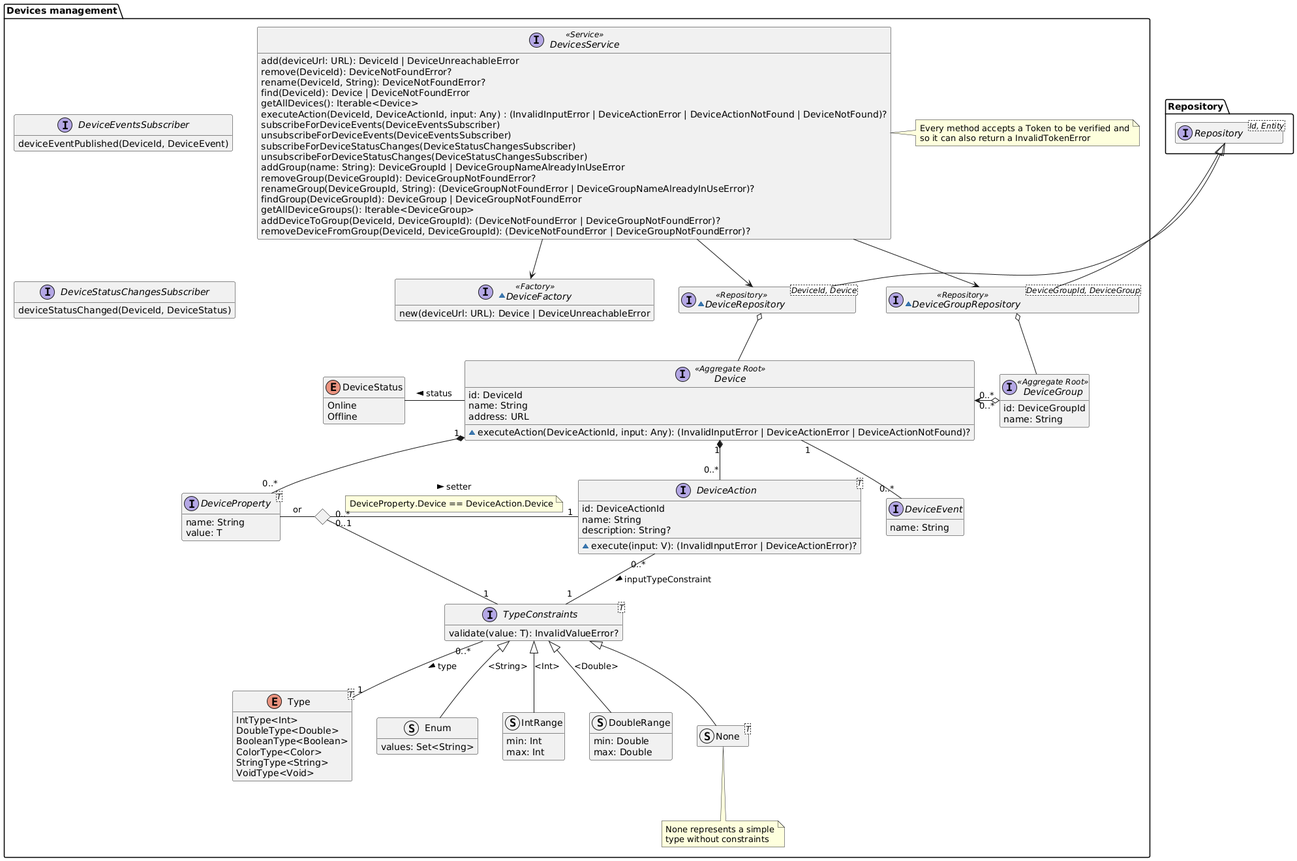
The PlantUML diagram diagrams/generated/devices-management-domain-model.png in DomoticASW/.github, before a commit.
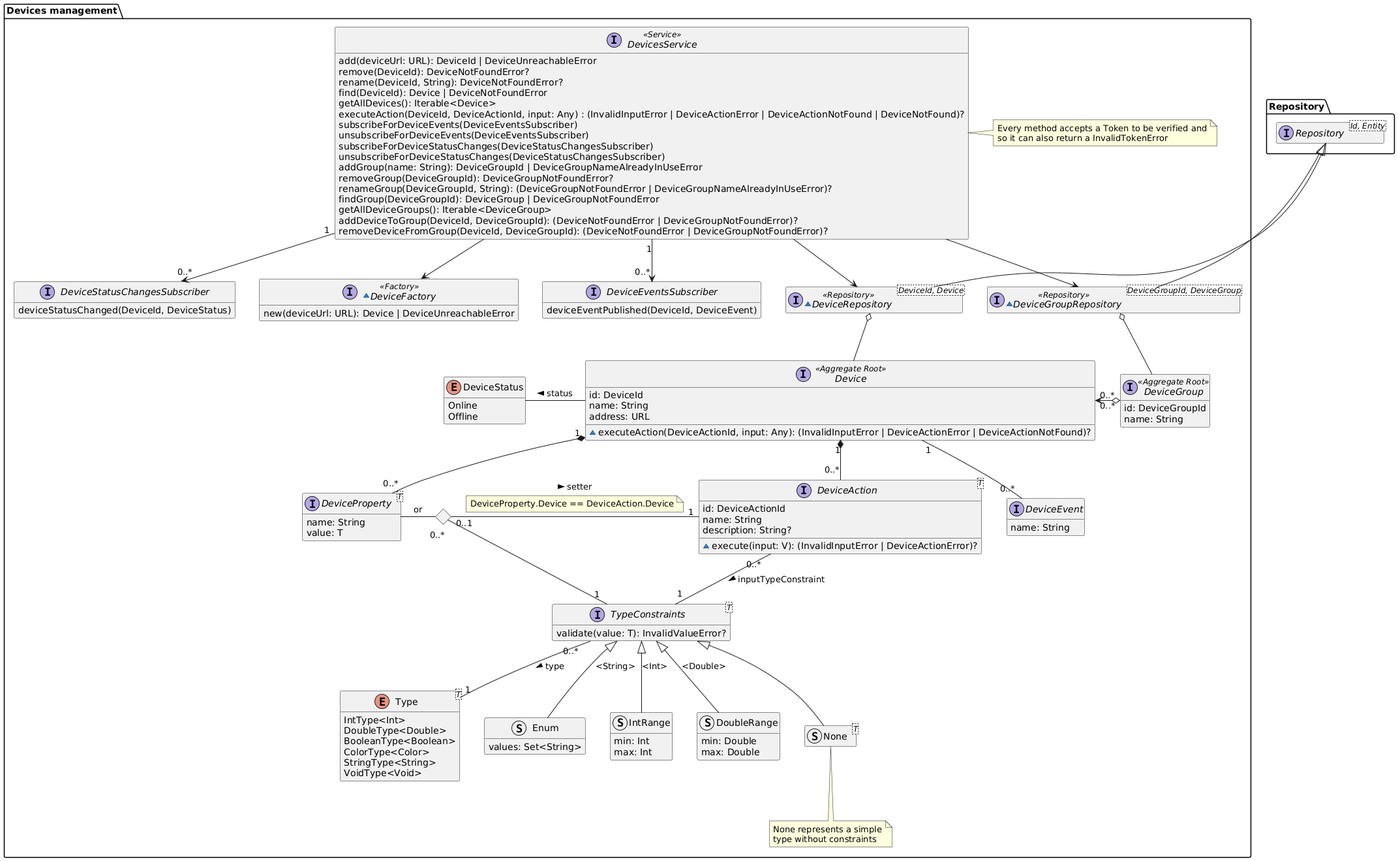
After the change.

Commit message:
add relations between DevicesService and subscribers

What changed in the source:
```diff
@@ -142,7 +142,8 @@
     DevicesService --> DeviceRepository
     DevicesService --> DeviceGroupRepository
     DevicesService --> DeviceFactory
-    DeviceEventsSubscriber -[hidden]- DeviceStatusChangesSubscriber
+    DevicesService "1" --> "0..*" DeviceEventsSubscriber
+    DevicesService "1" --> "0..*" DeviceStatusChangesSubscriber
 }
 
 @enduml
```
